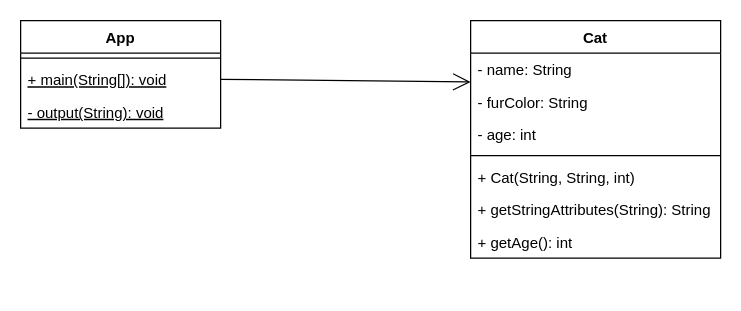
Comcave-OOP/02b_Klassen_Objekte_2 keeps this draw.io diagram as page "App / Cat" (2 of 2) of klassendiagramm.drawio. Above is the earlier version. Source tidied: cells renumbered, new cells numbered last; positions are measured from the earlier drawing's top-left corner, leaving out a move shared by most shapes. Both pictures are drawn from the tidied source at 125%, with x=0, y=0 at pixel (20, 20).
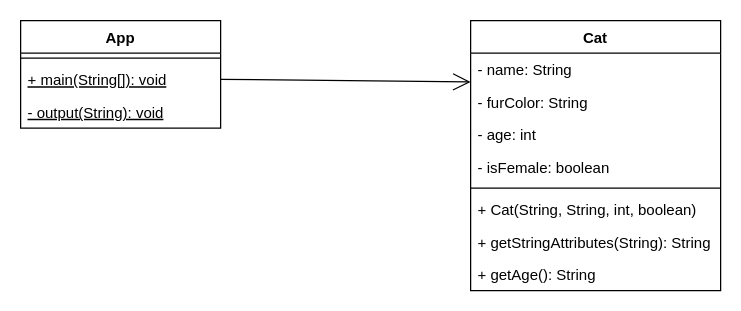
After the change.

Commit message (it also covers changes not shown here):
isFemale, getAge update

Change to the diagram source:
```diff
@@
 <mxGraphModel>
   <root>
     <mxCell id="0" />
     <mxCell id="1" parent="0" />
     <mxCell id="2" value="App" style="swimlane;fontStyle=1;align=center;verticalAlign=top;horizontal=1;startSize=26;" parent="1" vertex="1">
       <mxGeometry width="160" height="86" as="geometry" />
     </mxCell>
     <mxCell id="3" style="line;strokeWidth=1;fillColor=none;align=left;verticalAlign=middle;spacingTop=-1;spacingLeft=3;spacingRight=3;labelPosition=right;strokeColor=inherit;" parent="2" vertex="1">
       <mxGeometry y="26" width="160" height="8" as="geometry" />
     </mxCell>
     <mxCell id="4" value="+ main(String[]): void" style="text;strokeColor=none;fillColor=none;align=left;verticalAlign=top;spacingLeft=4;spacingRight=4;overflow=hidden;points=[[0,0.5],[1,0.5]];portConstraint=eastwest;fontStyle=4;" parent="2" vertex="1">
       <mxGeometry y="34" width="160" height="26" as="geometry" />
     </mxCell>
     <mxCell id="5" value="- output(String): void" style="text;strokeColor=none;fillColor=none;align=left;verticalAlign=top;spacingLeft=4;spacingRight=4;overflow=hidden;fontStyle=4;" parent="2" vertex="1">
       <mxGeometry y="60" width="160" height="26" as="geometry" />
     </mxCell>
     <mxCell id="6" style="endArrow=open;endFill=1;endSize=12;html=1;exitX=1;exitY=0.5;exitDx=0;exitDy=0;entryX=0;entryY=0.89;entryDx=0;entryDy=0;entryPerimeter=0;" parent="1" edge="1" source="4">
       <mxGeometry relative="1" as="geometry">
         <mxPoint x="360" y="49.1" as="targetPoint" />
       </mxGeometry>
     </mxCell>
     <mxCell id="7" value="Cat" style="swimlane;fontStyle=1;align=center;verticalAlign=top;horizontal=1;startSize=26;" parent="1" vertex="1">
-      <mxGeometry x="360" width="200" height="190" as="geometry" />
+      <mxGeometry x="360" width="200" height="216" as="geometry" />
     </mxCell>
     <mxCell id="8" value="- name: String" style="text;strokeColor=none;fillColor=none;align=left;verticalAlign=top;spacingLeft=4;spacingRight=4;overflow=hidden;" parent="7" vertex="1">
       <mxGeometry y="26" width="200" height="26" as="geometry" />
     </mxCell>
     <mxCell id="9" value="- furColor: String" style="text;strokeColor=none;fillColor=none;align=left;verticalAlign=top;spacingLeft=4;spacingRight=4;overflow=hidden;" parent="7" vertex="1">
       <mxGeometry y="52" width="200" height="26" as="geometry" />
     </mxCell>
     <mxCell id="10" value="- age: int" style="text;strokeColor=none;fillColor=none;align=left;verticalAlign=top;spacingLeft=4;spacingRight=4;overflow=hidden;" parent="7" vertex="1">
       <mxGeometry y="78" width="200" height="26" as="geometry" />
     </mxCell>
-    <mxCell id="11" style="line;strokeWidth=1;fillColor=none;align=left;verticalAlign=middle;spacingTop=-1;spacingLeft=3;spacingRight=3;labelPosition=right;strokeColor=inherit;" parent="7" vertex="1">
-      <mxGeometry y="104" width="200" height="8" as="geometry" />
-    </mxCell>
-    <mxCell id="12" value="+ Cat(String, String, int)" style="text;strokeColor=none;fillColor=none;align=left;verticalAlign=top;spacingLeft=4;spacingRight=4;overflow=hidden;" parent="7" vertex="1">
-      <mxGeometry y="112" width="200" height="26" as="geometry" />
-    </mxCell>
+    <mxCell id="15" value="- isFemale: boolean" style="text;strokeColor=none;fillColor=none;align=left;verticalAlign=top;spacingLeft=4;spacingRight=4;overflow=hidden;" parent="7" vertex="1">
+      <mxGeometry y="104" width="200" height="26" as="geometry" />
+    </mxCell>
+    <mxCell id="16" style="line;strokeWidth=1;fillColor=none;align=left;verticalAlign=middle;spacingTop=-1;spacingLeft=3;spacingRight=3;labelPosition=right;strokeColor=inherit;" parent="7" vertex="1">
+      <mxGeometry y="130" width="200" height="8" as="geometry" />
+    </mxCell>
+    <mxCell id="17" value="+ Cat(String, String, int, boolean)" style="text;strokeColor=none;fillColor=none;align=left;verticalAlign=top;spacingLeft=4;spacingRight=4;overflow=hidden;" parent="7" vertex="1">
+      <mxGeometry y="138" width="200" height="26" as="geometry" />
+    </mxCell>
     <mxCell id="13" value="+ getStringAttributes(String): String" style="text;strokeColor=none;fillColor=none;align=left;verticalAlign=top;spacingLeft=4;spacingRight=4;overflow=hidden;" parent="7" vertex="1">
-      <mxGeometry y="138" width="200" height="26" as="geometry" />
+      <mxGeometry y="164" width="200" height="26" as="geometry" />
     </mxCell>
-    <mxCell id="14" value="+ getAge(): int" style="text;strokeColor=none;fillColor=none;align=left;verticalAlign=top;spacingLeft=4;spacingRight=4;overflow=hidden;" parent="7" vertex="1">
-      <mxGeometry y="164" width="200" height="26" as="geometry" />
-    </mxCell>
+    <mxCell id="18" value="+ getAge(): String" style="text;strokeColor=none;fillColor=none;align=left;verticalAlign=top;spacingLeft=4;spacingRight=4;overflow=hidden;" parent="7" vertex="1">
+      <mxGeometry y="190" width="200" height="26" as="geometry" />
+    </mxCell>
   </root>
 </mxGraphModel>
```
